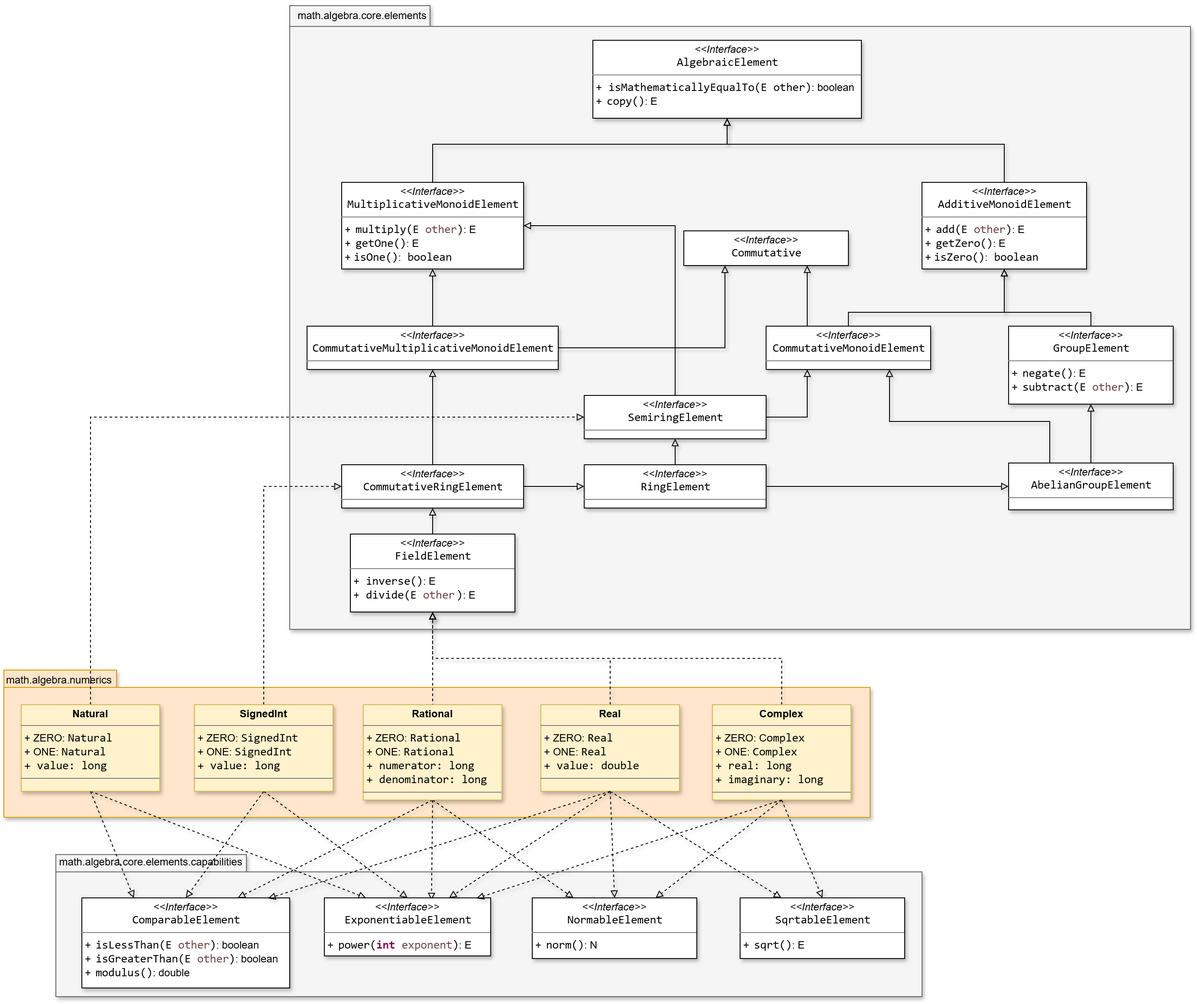
Earlier version of the draw.io export resources/SMFN-algebra-elements.drawio.png (gom9000/SMFN). Source tidied: cells renumbered, new cells last; positions are measured from the earlier drawing's top-left corner, leaving out a move shared by most shapes.
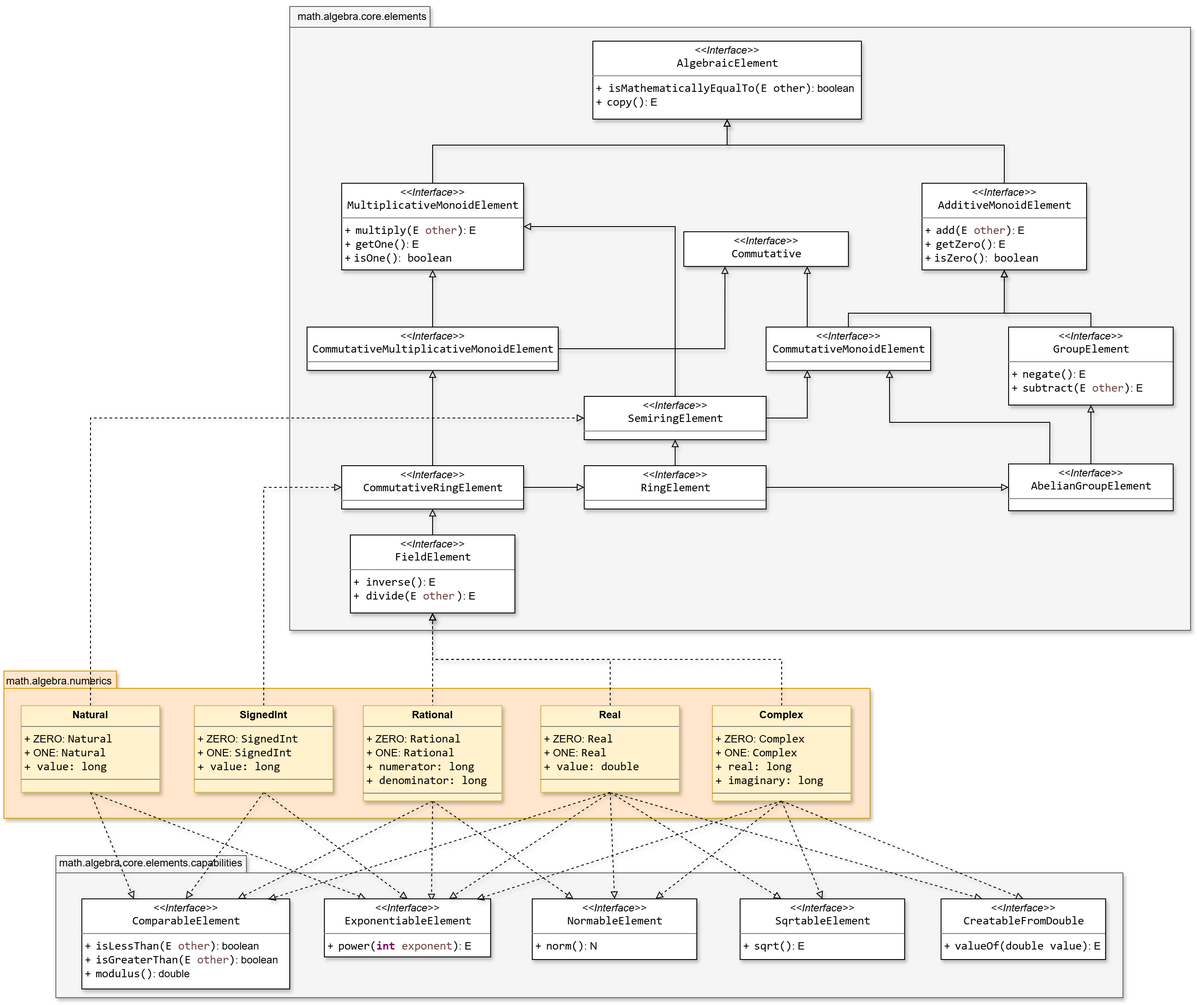
The same diagram one commit later.

Change to the diagram source:
```diff
@@ -3,7 +3,7 @@
     <mxCell id="0" />
     <mxCell id="1" parent="0" />
     <mxCell id="2" style="shape=folder;fontStyle=1;spacingTop=10;tabWidth=220;tabHeight=20;tabPosition=left;html=1;whiteSpace=wrap;fillColor=#f5f5f5;fontColor=#333333;strokeColor=#666666;shadow=1;" parent="1" vertex="1">
-      <mxGeometry x="60" y="983" width="1000" height="164" as="geometry" />
+      <mxGeometry x="60" y="983" width="1232" height="164" as="geometry" />
     </mxCell>
     <mxCell id="3" value="package" style="shape=folder;fontStyle=1;spacingTop=10;tabWidth=130;tabHeight=20;tabPosition=left;html=1;whiteSpace=wrap;fillColor=#ffe6cc;strokeColor=#d79b00;shadow=1;" parent="1" vertex="1">
       <mxGeometry y="770" width="1000" height="170" as="geometry" />
@@ -151,6 +151,9 @@
     <mxCell id="42" style="rounded=0;jettySize=auto;html=1;exitX=0.5;exitY=1;exitDx=0;exitDy=0;entryX=0.25;entryY=0;entryDx=0;entryDy=0;dashed=1;strokeColor=default;align=center;verticalAlign=middle;fontFamily=Helvetica;fontSize=11;fontColor=default;labelBackgroundColor=none;endArrow=block;endFill=0;shadow=1;" parent="1" edge="1" source="43" target="56">
       <mxGeometry relative="1" as="geometry" />
     </mxCell>
+    <mxCell id="64" style="rounded=0;jettySize=auto;html=1;exitX=0.5;exitY=1;exitDx=0;exitDy=0;entryX=0.25;entryY=0;entryDx=0;entryDy=0;shadow=1;dashed=1;strokeColor=default;align=center;verticalAlign=middle;fontFamily=Helvetica;fontSize=11;fontColor=default;labelBackgroundColor=none;endArrow=block;endFill=0;" parent="1" edge="1" source="43" target="66">
+      <mxGeometry relative="1" as="geometry" />
+    </mxCell>
     <mxCell id="43" value="&lt;p style=&quot;margin:0px;margin-top:4px;text-align:center;&quot;&gt;&lt;b&gt;Real&lt;/b&gt;&lt;/p&gt;&lt;hr size=&quot;1&quot; style=&quot;border-style:solid;&quot;&gt;&lt;p style=&quot;margin:0px;margin-left:4px;&quot;&gt;+ ZERO:&amp;nbsp;&lt;span style=&quot;font-family: Consolas; font-size: 10pt; white-space: pre; color: light-dark(rgb(0, 0, 0), rgb(255, 255, 255));&quot;&gt;Real&lt;/span&gt;&lt;/p&gt;&lt;p style=&quot;margin:0px;margin-left:4px;&quot;&gt;+ ONE:&amp;nbsp;&lt;span style=&quot;color: light-dark(rgb(0, 0, 0), rgb(255, 255, 255)); font-family: Consolas; font-size: 10pt; white-space: pre;&quot;&gt;Real&lt;/span&gt;&lt;span style=&quot;font-family: Consolas; font-size: 10pt; white-space: pre; color: light-dark(rgb(0, 0, 0), rgb(255, 255, 255));&quot;&gt;&lt;/span&gt;&lt;/p&gt;&lt;p style=&quot;margin:0px;margin-left:4px;&quot;&gt;&lt;span style=&quot;color: light-dark(rgb(0, 0, 0), rgb(255, 255, 255)); font-family: Consolas; font-size: 10pt; white-space: pre;&quot;&gt;+ value: double&lt;/span&gt;&lt;/p&gt;&lt;hr size=&quot;1&quot; style=&quot;border-style:solid;&quot;&gt;&lt;p style=&quot;margin:0px;margin-left:4px;&quot;&gt;&lt;br&gt;&lt;/p&gt;" style="verticalAlign=top;align=left;overflow=fill;html=1;whiteSpace=wrap;fillColor=#fff2cc;strokeColor=#d6b656;labelBackgroundColor=none;shadow=1;" parent="1" vertex="1">
       <mxGeometry x="620" y="810" width="160" height="100" as="geometry" />
     </mxCell>
@@ -183,6 +186,9 @@
     <mxCell id="51" style="rounded=0;jettySize=auto;html=1;exitX=0.5;exitY=1;exitDx=0;exitDy=0;entryX=0.5;entryY=0;entryDx=0;entryDy=0;dashed=1;strokeColor=default;align=center;verticalAlign=middle;fontFamily=Helvetica;fontSize=11;fontColor=default;labelBackgroundColor=none;endArrow=block;endFill=0;shadow=1;" parent="1" edge="1" source="52" target="56">
       <mxGeometry relative="1" as="geometry" />
     </mxCell>
+    <mxCell id="65" style="rounded=0;jettySize=auto;html=1;exitX=0.5;exitY=1;exitDx=0;exitDy=0;entryX=0.5;entryY=0;entryDx=0;entryDy=0;shadow=1;dashed=1;strokeColor=default;align=center;verticalAlign=middle;fontFamily=Helvetica;fontSize=11;fontColor=default;labelBackgroundColor=none;endArrow=block;endFill=0;" parent="1" edge="1" source="52" target="66">
+      <mxGeometry relative="1" as="geometry" />
+    </mxCell>
     <mxCell id="52" value="&lt;p style=&quot;margin:0px;margin-top:4px;text-align:center;&quot;&gt;&lt;b style=&quot;&quot;&gt;Complex&lt;/b&gt;&lt;/p&gt;&lt;hr size=&quot;1&quot; style=&quot;border-style:solid;&quot;&gt;&lt;p style=&quot;margin:0px;margin-left:4px;&quot;&gt;&lt;span style=&quot;&quot;&gt;+ ZERO: C&lt;span style=&quot;font-family: Consolas; font-size: 10pt; white-space: pre; color: light-dark(rgb(0, 0, 0), rgb(255, 255, 255));&quot;&gt;omplex&lt;/span&gt;&lt;/span&gt;&lt;/p&gt;&lt;p style=&quot;margin:0px;margin-left:4px;&quot;&gt;&lt;span style=&quot;&quot;&gt;+ ONE:&amp;nbsp;&lt;span style=&quot;color: light-dark(rgb(0, 0, 0), rgb(255, 255, 255)); font-family: Consolas; font-size: 10pt; white-space: pre;&quot;&gt;Complex&lt;/span&gt;&lt;span style=&quot;font-family: Consolas; font-size: 10pt; white-space: pre; color: light-dark(rgb(0, 0, 0), rgb(255, 255, 255));&quot;&gt;&lt;/span&gt;&lt;/span&gt;&lt;/p&gt;&lt;p style=&quot;margin:0px;margin-left:4px;&quot;&gt;&lt;span style=&quot;color: light-dark(rgb(0, 0, 0), rgb(255, 255, 255)); font-family: Consolas; font-size: 10pt; white-space: pre;&quot;&gt;+ real: long&lt;/span&gt;&lt;/p&gt;&lt;p style=&quot;margin:0px;margin-left:4px;&quot;&gt;&lt;span style=&quot;color: light-dark(rgb(0, 0, 0), rgb(255, 255, 255)); font-family: Consolas; font-size: 10pt; white-space: pre;&quot;&gt;+ imaginary: long&lt;/span&gt;&lt;/p&gt;&lt;hr size=&quot;1&quot; style=&quot;border-style:solid;&quot;&gt;&lt;p style=&quot;margin:0px;margin-left:4px;&quot;&gt;&lt;br&gt;&lt;/p&gt;" style="verticalAlign=top;align=left;overflow=fill;html=1;whiteSpace=wrap;fillColor=#fff2cc;strokeColor=#d6b656;labelBackgroundColor=none;shadow=1;" parent="1" vertex="1">
       <mxGeometry x="818" y="810" width="160" height="110" as="geometry" />
     </mxCell>
@@ -219,5 +225,8 @@
     <mxCell id="63" value="math.algebra.core.elements.capabilities" style="text;html=1;whiteSpace=wrap;strokeColor=none;fillColor=none;align=center;verticalAlign=middle;rounded=0;shadow=1;" parent="1" vertex="1">
       <mxGeometry x="60" y="977" width="220" height="30" as="geometry" />
     </mxCell>
+    <mxCell id="66" value="&lt;p style=&quot;margin:0px;margin-top:4px;text-align:center;&quot;&gt;&lt;i&gt;&amp;lt;&amp;lt;Interface&amp;gt;&amp;gt;&lt;/i&gt;&lt;br&gt;&lt;span style=&quot;padding: 0px 0px 0px 2px;&quot;&gt;&lt;span style=&quot;font-family: Consolas; font-size: 10pt; white-space: pre;&quot;&gt;&lt;span style=&quot;&quot;&gt;CreatableFromDouble&lt;/span&gt;&lt;/span&gt;&lt;/span&gt;&lt;/p&gt;&lt;hr size=&quot;1&quot; style=&quot;border-style:solid;&quot;&gt;&lt;p style=&quot;margin:0px;margin-left:4px;&quot;&gt;&lt;/p&gt;&lt;p style=&quot;margin:0px;margin-left:4px;&quot;&gt;+&amp;nbsp;&lt;span style=&quot;padding: 0px 0px 0px 2px;&quot;&gt;&lt;span style=&quot;font-family: Consolas; font-size: 10pt; white-space: pre;&quot;&gt;&lt;span style=&quot;&quot;&gt;valueOf&lt;/span&gt;(double value)&lt;/span&gt;&lt;/span&gt;: E&lt;/p&gt;" style="verticalAlign=top;align=left;overflow=fill;html=1;whiteSpace=wrap;labelBackgroundColor=none;shadow=1;" parent="1" vertex="1">
+      <mxGeometry x="1082" y="1033" width="190" height="70" as="geometry" />
+    </mxCell>
   </root>
 </mxGraphModel>
```
